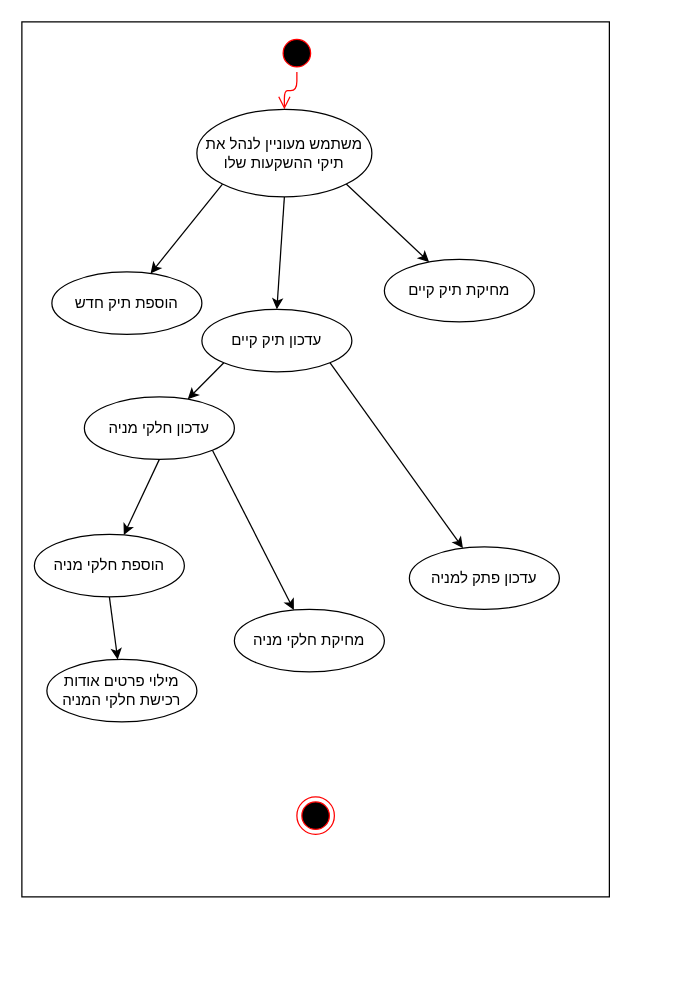
Before: oop course/draws/activity/portfolioManagement.drawio in roei910/my-stocks, a draw.io diagram. Source tidied: cells renumbered, new cells numbered last; positions are measured from the earlier drawing's top-left corner, leaving out a move shared by most shapes. Both pictures are drawn from the tidied source at 125%, with x=0, y=0 at pixel (21, 21).
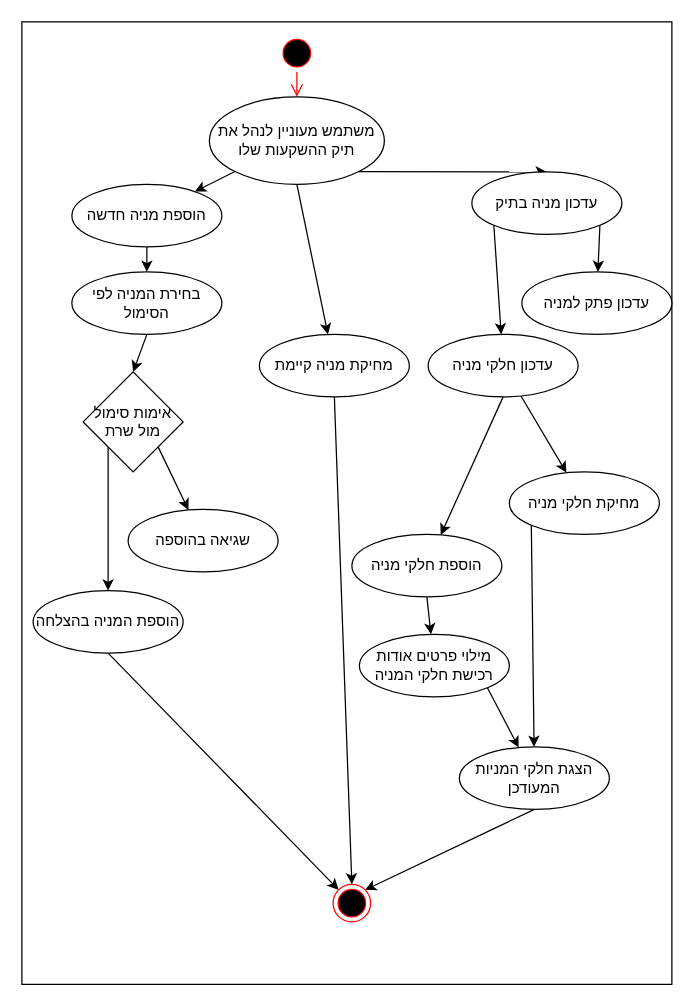
After the change.

Diff of the diagram source:
```diff
@@
     <mxCell id="2" style="html=1;dashed=0;whitespace=wrap;" parent="1" vertex="1">
-      <mxGeometry width="470" height="700" as="geometry" />
+      <mxGeometry width="520" height="770" as="geometry" />
     </mxCell>
@@
     <mxCell id="5" style="ellipse;html=1;shape=endState;fillColor=#000000;strokeColor=#ff0000;" parent="1" vertex="1">
-      <mxGeometry x="220" y="620" width="30" height="30" as="geometry" />
+      <mxGeometry x="249" y="690" width="30" height="30" as="geometry" />
     </mxCell>
-    <mxCell id="6" style="edgeStyle=none;html=1;exitX=1;exitY=1;exitDx=0;exitDy=0;" parent="1" edge="1" source="9" target="11">
+    <mxCell id="6" style="edgeStyle=none;html=1;exitX=0.5;exitY=1;exitDx=0;exitDy=0;" parent="1" edge="1" source="9" target="11">
       <mxGeometry relative="1" as="geometry" />
     </mxCell>
@@
-    <mxCell id="8" style="edgeStyle=none;html=1;exitX=0.5;exitY=1;exitDx=0;exitDy=0;entryX=0.5;entryY=0;entryDx=0;entryDy=0;" parent="1" edge="1" source="9" target="14">
+    <mxCell id="8" style="edgeStyle=none;html=1;exitX=1;exitY=1;exitDx=0;exitDy=0;entryX=0.5;entryY=0;entryDx=0;entryDy=0;" parent="1" edge="1" source="9" target="14">
       <mxGeometry relative="1" as="geometry" />
     </mxCell>
-    <mxCell id="9" value="משתמש מעוניין לנהל את תיקי ההשקעות שלו" style="ellipse;whiteSpace=wrap;html=1;" parent="1" vertex="1">
-      <mxGeometry x="140" y="70" width="140" height="70" as="geometry" />
+    <mxCell id="9" value="משתמש מעוניין לנהל את תיק ההשקעות שלו" style="ellipse;whiteSpace=wrap;html=1;" parent="1" vertex="1">
+      <mxGeometry x="150" y="60" width="140" height="70" as="geometry" />
     </mxCell>
+    <mxCell id="23" style="edgeStyle=none;html=1;exitX=0.5;exitY=1;exitDx=0;exitDy=0;" parent="1" edge="1" source="10" target="28">
+      <mxGeometry relative="1" as="geometry" />
+    </mxCell>
-    <mxCell id="10" value="הוספת תיק חדש" style="ellipse;whiteSpace=wrap;html=1;" parent="1" vertex="1">
-      <mxGeometry x="24" y="200" width="120" height="50" as="geometry" />
+    <mxCell id="10" value="הוספת מניה חדשה" style="ellipse;whiteSpace=wrap;html=1;" parent="1" vertex="1">
+      <mxGeometry x="40" y="130" width="120" height="50" as="geometry" />
     </mxCell>
+    <mxCell id="24" style="edgeStyle=none;html=1;exitX=0.5;exitY=1;exitDx=0;exitDy=0;entryX=0.5;entryY=0;entryDx=0;entryDy=0;" parent="1" edge="1" source="11" target="5">
+      <mxGeometry relative="1" as="geometry" />
+    </mxCell>
-    <mxCell id="11" value="מחיקת תיק קיים" style="ellipse;whiteSpace=wrap;html=1;" parent="1" vertex="1">
-      <mxGeometry x="290" y="190" width="120" height="50" as="geometry" />
+    <mxCell id="11" value="מחיקת מניה קיימת" style="ellipse;whiteSpace=wrap;html=1;" parent="1" vertex="1">
+      <mxGeometry x="190" y="250" width="120" height="50" as="geometry" />
     </mxCell>
@@
-    <mxCell id="14" value="עדכון תיק קיים" style="ellipse;whiteSpace=wrap;html=1;" parent="1" vertex="1">
-      <mxGeometry x="144" y="230" width="120" height="50" as="geometry" />
+    <mxCell id="14" value="עדכון מניה בתיק" style="ellipse;whiteSpace=wrap;html=1;" parent="1" vertex="1">
+      <mxGeometry x="360" y="120" width="120" height="50" as="geometry" />
     </mxCell>
+    <mxCell id="25" style="edgeStyle=none;html=1;exitX=0;exitY=1;exitDx=0;exitDy=0;" parent="1" edge="1" source="15" target="36">
+      <mxGeometry relative="1" as="geometry" />
+    </mxCell>
     <mxCell id="15" value="מחיקת חלקי מניה" style="ellipse;whiteSpace=wrap;html=1;" parent="1" vertex="1">
-      <mxGeometry x="170" y="470" width="120" height="50" as="geometry" />
+      <mxGeometry x="390" y="360" width="120" height="50" as="geometry" />
     </mxCell>
-    <mxCell id="16" style="edgeStyle=none;html=1;exitX=1;exitY=1;exitDx=0;exitDy=0;" parent="1" edge="1" source="18" target="15">
+    <mxCell id="16" style="edgeStyle=none;html=1;" parent="1" edge="1" source="18" target="15">
       <mxGeometry relative="1" as="geometry" />
     </mxCell>
@@
     <mxCell id="18" value="עדכון חלקי מניה" style="ellipse;whiteSpace=wrap;html=1;" parent="1" vertex="1">
-      <mxGeometry x="50" y="300" width="120" height="50" as="geometry" />
+      <mxGeometry x="325" y="250" width="120" height="50" as="geometry" />
     </mxCell>
@@
     <mxCell id="20" value="הוספת חלקי מניה" style="ellipse;whiteSpace=wrap;html=1;" parent="1" vertex="1">
-      <mxGeometry x="10" y="410" width="120" height="50" as="geometry" />
+      <mxGeometry x="264" y="410" width="120" height="50" as="geometry" />
     </mxCell>
     <mxCell id="21" value="עדכון פתק למניה" style="ellipse;whiteSpace=wrap;html=1;" parent="1" vertex="1">
-      <mxGeometry x="310" y="420" width="120" height="50" as="geometry" />
+      <mxGeometry x="400" y="200" width="120" height="50" as="geometry" />
     </mxCell>
+    <mxCell id="26" style="edgeStyle=none;html=1;exitX=1;exitY=1;exitDx=0;exitDy=0;" parent="1" edge="1" source="22" target="36">
+      <mxGeometry relative="1" as="geometry" />
+    </mxCell>
     <mxCell id="22" value="מילוי פרטים אודות רכישת חלקי המניה" style="ellipse;whiteSpace=wrap;html=1;" parent="1" vertex="1">
-      <mxGeometry x="20" y="510" width="120" height="50" as="geometry" />
+      <mxGeometry x="270" y="490" width="120" height="50" as="geometry" />
     </mxCell>
+    <mxCell id="27" style="edgeStyle=none;html=1;exitX=0.5;exitY=1;exitDx=0;exitDy=0;entryX=0.5;entryY=0;entryDx=0;entryDy=0;" parent="1" edge="1" source="28" target="34">
+      <mxGeometry relative="1" as="geometry" />
+    </mxCell>
+    <mxCell id="28" value="בחירת המניה לפי הסימול" style="ellipse;whiteSpace=wrap;html=1;" parent="1" vertex="1">
+      <mxGeometry x="40" y="200" width="120" height="50" as="geometry" />
+    </mxCell>
+    <mxCell id="29" style="edgeStyle=none;html=1;exitX=0.5;exitY=1;exitDx=0;exitDy=0;entryX=0;entryY=0;entryDx=0;entryDy=0;" parent="1" edge="1" source="30" target="5">
+      <mxGeometry relative="1" as="geometry" />
+    </mxCell>
+    <mxCell id="30" value="הוספת המניה בהצלחה" style="ellipse;whiteSpace=wrap;html=1;" parent="1" vertex="1">
+      <mxGeometry x="9" y="455" width="120" height="50" as="geometry" />
+    </mxCell>
+    <mxCell id="31" value="שגיאה בהוספה" style="ellipse;whiteSpace=wrap;html=1;" parent="1" vertex="1">
+      <mxGeometry x="85" y="390" width="120" height="50" as="geometry" />
+    </mxCell>
+    <mxCell id="32" style="edgeStyle=none;html=1;exitX=1;exitY=1;exitDx=0;exitDy=0;" parent="1" edge="1" source="34" target="31">
+      <mxGeometry relative="1" as="geometry" />
+    </mxCell>
+    <mxCell id="33" style="edgeStyle=none;html=1;exitX=0;exitY=1;exitDx=0;exitDy=0;" parent="1" edge="1" source="34" target="30">
+      <mxGeometry relative="1" as="geometry" />
+    </mxCell>
+    <mxCell id="34" value="אימות סימול מול שרת" style="rhombus;whiteSpace=wrap;html=1;" parent="1" vertex="1">
+      <mxGeometry x="49" y="280" width="80" height="80" as="geometry" />
+    </mxCell>
+    <mxCell id="35" style="edgeStyle=none;html=1;exitX=0.5;exitY=1;exitDx=0;exitDy=0;entryX=1;entryY=0;entryDx=0;entryDy=0;" parent="1" edge="1" source="36" target="5">
+      <mxGeometry relative="1" as="geometry" />
+    </mxCell>
+    <mxCell id="36" value="הצגת חלקי המניות המעודכן" style="ellipse;whiteSpace=wrap;html=1;" parent="1" vertex="1">
+      <mxGeometry x="350" y="580" width="120" height="50" as="geometry" />
+    </mxCell>
```
